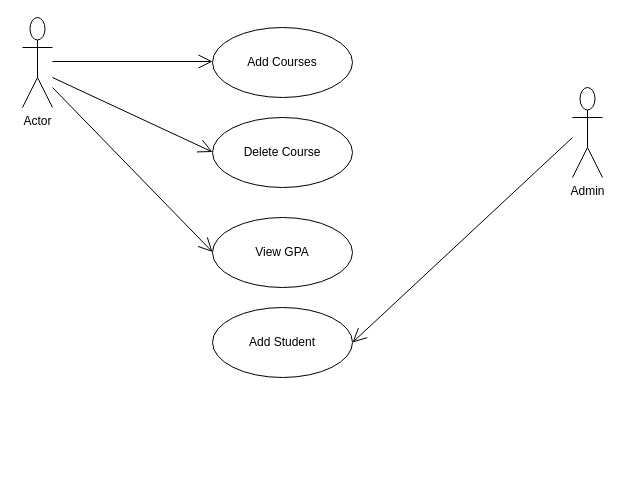
This is Untitled Diagram.drawio from JacquelynDeHart/SIMS_CS3321, a draw.io file, before an edit. Source tidied: cells renumbered, new cells numbered last; positions are measured from the earlier drawing's top-left corner, leaving out a move shared by most shapes. Both pictures are drawn from the tidied source at 100%, with x=0, y=0 at pixel (22, 17).
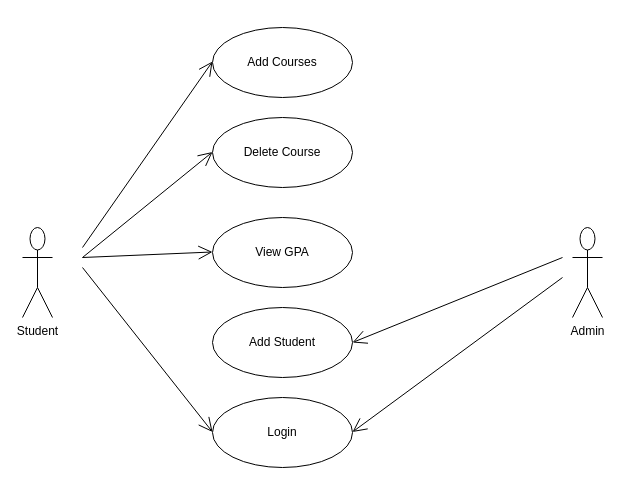
After the change.

The change refers to these unchanged cells:
```xml
<mxCell id="8" value="Add Student" style="ellipse;whiteSpace=wrap;html=1;" parent="1" vertex="1">
  <mxGeometry x="190" y="290" width="140" height="70" as="geometry" />
</mxCell>
```

Diff of the diagram source:
```diff
@@
-    <mxCell id="2" value="Actor" style="shape=umlActor;verticalLabelPosition=bottom;labelBackgroundColor=#ffffff;verticalAlign=top;html=1;" parent="1" vertex="1">
-      <mxGeometry width="30" height="90" as="geometry" />
+    <mxCell id="2" value="&lt;div&gt;Student&lt;/div&gt;" style="shape=umlActor;verticalLabelPosition=bottom;labelBackgroundColor=#ffffff;verticalAlign=top;html=1;" parent="1" vertex="1">
+      <mxGeometry y="210" width="30" height="90" as="geometry" />
     </mxCell>
     <mxCell id="3" style="endArrow=open;endFill=1;endSize=12;html=1;" parent="1" edge="1">
       <mxGeometry relative="1" as="geometry">
-        <mxPoint x="30" y="44" as="sourcePoint" />
+        <mxPoint x="60" y="230" as="sourcePoint" />
         <mxPoint x="190" y="44" as="targetPoint" />
       </mxGeometry>
     </mxCell>
     <mxCell id="4" value="Admin" style="shape=umlActor;verticalLabelPosition=bottom;labelBackgroundColor=#ffffff;verticalAlign=top;html=1;" parent="1" vertex="1">
-      <mxGeometry x="550" y="70" width="30" height="90" as="geometry" />
+      <mxGeometry x="550" y="210" width="30" height="90" as="geometry" />
     </mxCell>
@@
     <mxCell id="9" style="endArrow=open;endFill=1;endSize=12;html=1;entryX=1;entryY=0.5;entryDx=0;entryDy=0;" parent="1" edge="1" target="8">
       <mxGeometry relative="1" as="geometry">
-        <mxPoint x="550" y="120" as="sourcePoint" />
+        <mxPoint x="540" y="240" as="sourcePoint" />
       </mxGeometry>
     </mxCell>
     <mxCell id="10" style="endArrow=open;endFill=1;endSize=12;html=1;" parent="1" edge="1">
       <mxGeometry relative="1" as="geometry">
-        <mxPoint x="30" y="60" as="sourcePoint" />
+        <mxPoint x="60" y="240" as="sourcePoint" />
         <mxPoint x="190" y="134.5" as="targetPoint" />
       </mxGeometry>
     </mxCell>
     <mxCell id="11" style="endArrow=open;endFill=1;endSize=12;html=1;" parent="1" edge="1">
       <mxGeometry relative="1" as="geometry">
-        <mxPoint x="30" y="70" as="sourcePoint" />
+        <mxPoint x="60" y="240" as="sourcePoint" />
         <mxPoint x="190" y="234.5" as="targetPoint" />
       </mxGeometry>
     </mxCell>
+    <mxCell id="12" value="Login" style="ellipse;whiteSpace=wrap;html=1;" parent="1" vertex="1">
+      <mxGeometry x="190" y="380" width="140" height="70" as="geometry" />
+    </mxCell>
+    <mxCell id="13" style="endArrow=open;endFill=1;endSize=12;html=1;" parent="1" edge="1">
+      <mxGeometry relative="1" as="geometry">
+        <mxPoint x="60" y="250" as="sourcePoint" />
+        <mxPoint x="190" y="414.5" as="targetPoint" />
+      </mxGeometry>
+    </mxCell>
+    <mxCell id="14" style="endArrow=open;endFill=1;endSize=12;html=1;" parent="1" edge="1">
+      <mxGeometry relative="1" as="geometry">
+        <mxPoint x="540" y="260" as="sourcePoint" />
+        <mxPoint x="330" y="414.5" as="targetPoint" />
+      </mxGeometry>
+    </mxCell>
```
